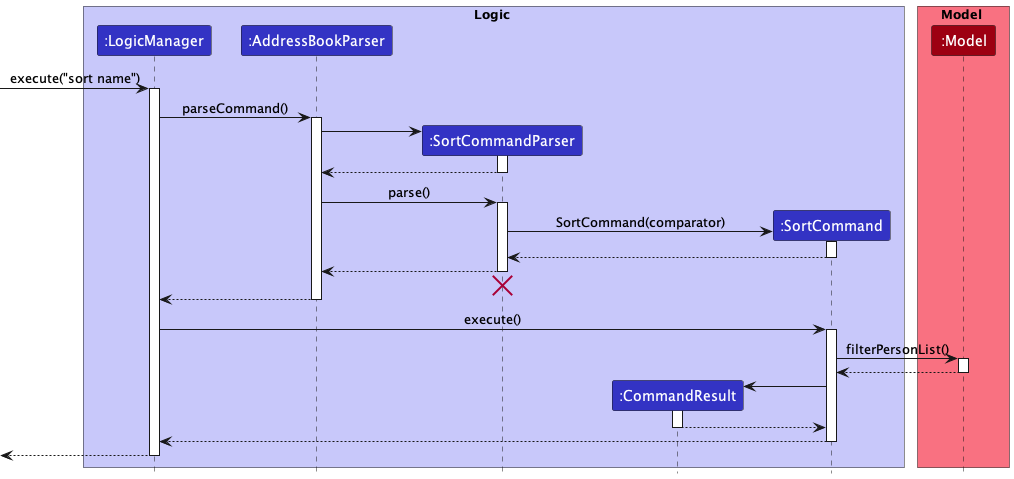
Above: docs/images/SortSequenceDiagram.png in nus-cs2103-AY2223S1/tp (PlantUML), before the change. The source it was exported from:
```plantuml
@startuml
!include style.puml

box Logic LOGIC_COLOR_T1
participant ":LogicManager" as LogicManager LOGIC_COLOR
participant ":AddressBookParser" as AddressBookParser LOGIC_COLOR
participant ":SortCommandParser" as SortCommandParser LOGIC_COLOR
participant ":CommandResult" as CommandResult LOGIC_COLOR
participant ":SortCommand" as SortCommand LOGIC_COLOR
end box

box Model MODEL_COLOR_T1
participant ":Model" as Model MODEL_COLOR
end box

[-> LogicManager : execute("sort name")
activate LogicManager

LogicManager -> AddressBookParser : parseCommand()
activate AddressBookParser

create SortCommandParser
AddressBookParser -> SortCommandParser
activate SortCommandParser

SortCommandParser --> AddressBookParser
deactivate SortCommandParser

AddressBookParser -> SortCommandParser : parse()
activate SortCommandParser

create SortCommand
SortCommandParser -> SortCommand : SortCommand(comparator)
activate SortCommand

SortCommand --> SortCommandParser
deactivate SortCommand

SortCommandParser --> AddressBookParser
deactivate SortCommandParser
SortCommandParser -[hidden]-> AddressBookParser
destroy SortCommandParser

AddressBookParser --> LogicManager
deactivate AddressBookParser

LogicManager -> SortCommand : execute()
activate SortCommand

SortCommand -> Model : filterPersonList()
activate Model

Model --> SortCommand
deactivate Model

create CommandResult
SortCommand -> CommandResult
activate CommandResult

CommandResult --> SortCommand
deactivate CommandResult

SortCommand --> LogicManager
deactivate SortCommand

[<--LogicManager
deactivate LogicManager
@enduml
```
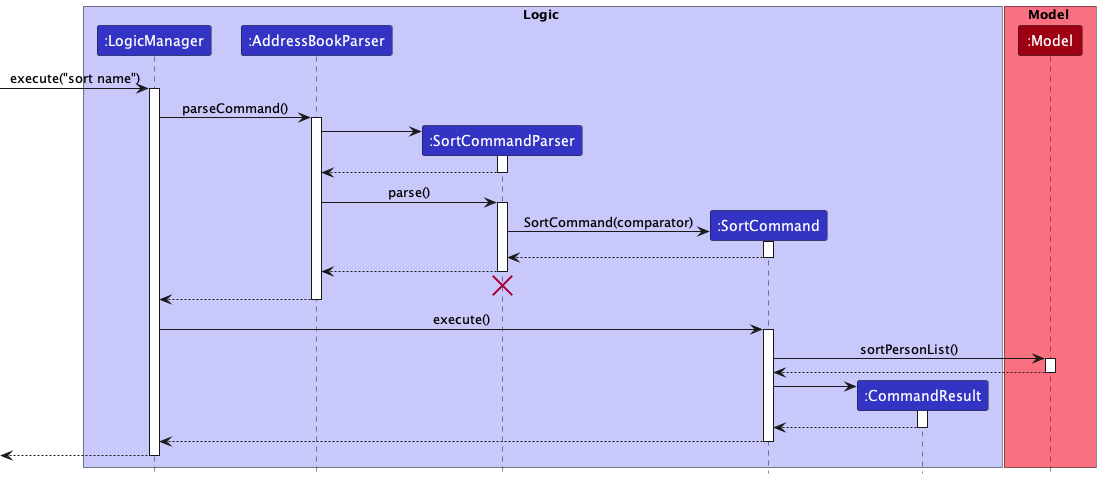
The same diagram one commit later.

Commit message:
Docs: Update sort command sequence diagram

Diff of the diagram source:
```diff
@@ -5,8 +5,8 @@
 participant ":LogicManager" as LogicManager LOGIC_COLOR
 participant ":AddressBookParser" as AddressBookParser LOGIC_COLOR
 participant ":SortCommandParser" as SortCommandParser LOGIC_COLOR
+participant ":SortCommand" as SortCommand LOGIC_COLOR
 participant ":CommandResult" as CommandResult LOGIC_COLOR
-participant ":SortCommand" as SortCommand LOGIC_COLOR
 end box
 
 box Model MODEL_COLOR_T1
@@ -47,7 +47,7 @@
 LogicManager -> SortCommand : execute()
 activate SortCommand
 
-SortCommand -> Model : filterPersonList()
+SortCommand -> Model : sortPersonList()
 activate Model
 
 Model --> SortCommand
```
